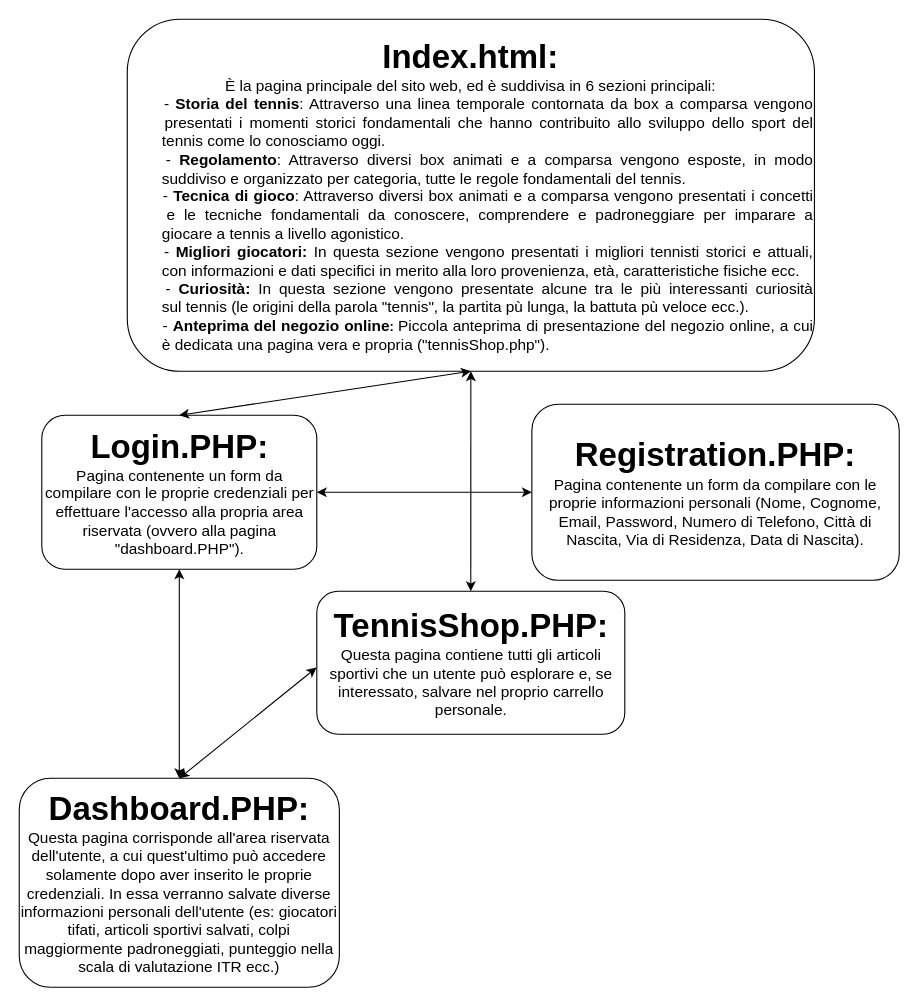
Before: Mappa Sito/Zanini_Nathan_Mappa_Sito.drawio in 5GI-Zanini-Nathan-2023-2024/Tennis.com, a draw.io diagram. Source tidied: cells renumbered, new cells numbered last; positions are measured from the earlier drawing's top-left corner, leaving out a move shared by most shapes. Both pictures are drawn from the tidied source at 110%, with x=0, y=0 at pixel (19, 19).
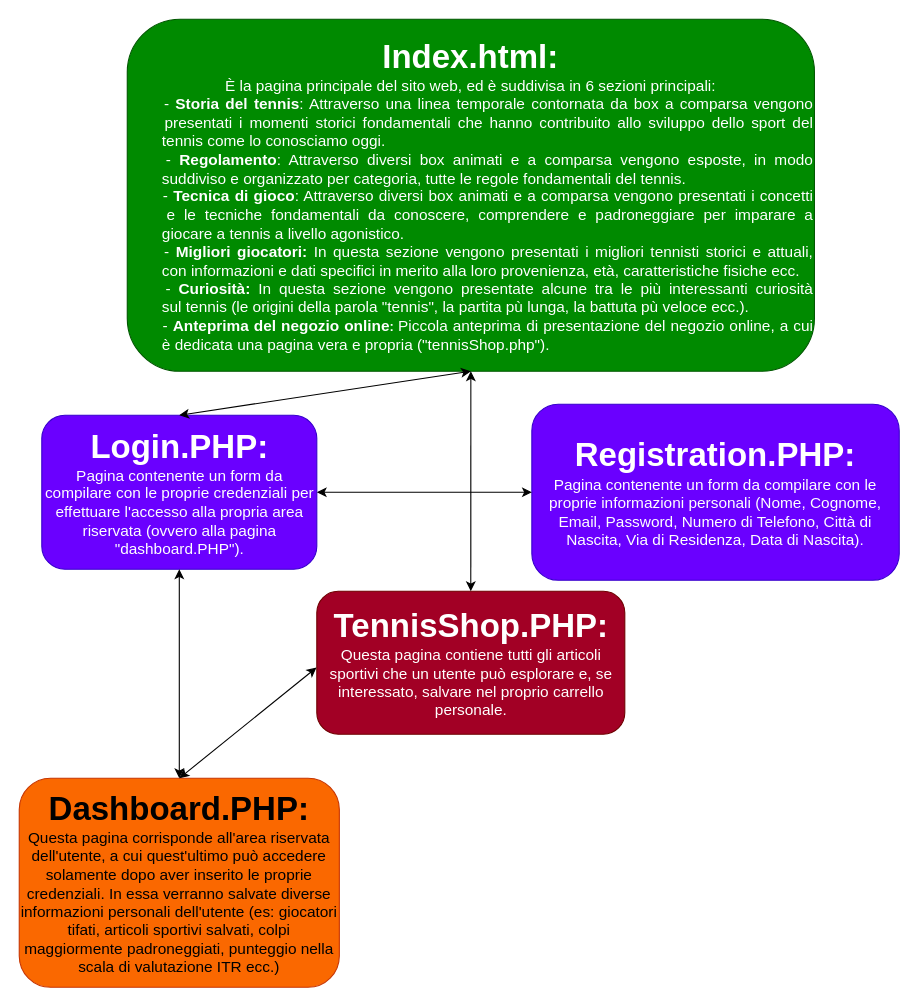
The same diagram, later.

Diff of the diagram source:
```diff
@@
 <mxGraphModel>
   <root>
     <mxCell id="0" />
     <mxCell id="1" parent="0" />
-    <mxCell id="2" value="&lt;b&gt;&lt;font style=&quot;font-size: 30px;&quot;&gt;Index.html:&lt;/font&gt;&lt;/b&gt;&lt;br&gt;&lt;font style=&quot;font-size: 14px;&quot;&gt;&lt;font style=&quot;&quot;&gt;È la pagina principale del sito web, ed è suddivisa in 6 sezioni principali:&lt;/font&gt;&lt;br&gt;&lt;/font&gt;&lt;div style=&quot;text-align: justify;&quot;&gt;&lt;span style=&quot;background-color: initial;&quot;&gt;&lt;font style=&quot;font-size: 14px;&quot;&gt;&lt;span style=&quot;white-space: pre;&quot;&gt;&#9;&lt;/span&gt;- &lt;b&gt;Storia del tennis&lt;/b&gt;: Attraverso una linea temporale contornata da box a comparsa vengono &lt;span style=&quot;white-space: pre;&quot;&gt;&#9;&lt;/span&gt;presentati i momenti storici fondamentali che hanno contribuito allo sviluppo dello sport del &lt;span style=&quot;white-space: pre;&quot;&gt;&#9;&lt;/span&gt;tennis come lo conosciamo oggi.&lt;/font&gt;&lt;/span&gt;&lt;/div&gt;&lt;div style=&quot;text-align: justify;&quot;&gt;&lt;span style=&quot;background-color: initial;&quot;&gt;&lt;font style=&quot;font-size: 14px;&quot;&gt;&lt;span style=&quot;white-space: pre;&quot;&gt;&#9;&lt;/span&gt;- &lt;b&gt;Regolamento&lt;/b&gt;: Attraverso diversi box animati e a comparsa vengono esposte, in modo &lt;span style=&quot;white-space: pre;&quot;&gt;&#9;&lt;/span&gt;suddiviso e organizzato per categoria, tutte le regole fondamentali del tennis.&lt;/font&gt;&lt;/span&gt;&lt;/div&gt;&lt;div style=&quot;text-align: justify;&quot;&gt;&lt;span style=&quot;background-color: initial;&quot;&gt;&lt;font style=&quot;font-size: 14px;&quot;&gt;&lt;span style=&quot;white-space: pre;&quot;&gt;&#9;&lt;/span&gt;- &lt;b&gt;Tecnica di gioco&lt;/b&gt;: Attraverso diversi box animati e a comparsa vengono presentati i concetti &lt;span style=&quot;white-space: pre;&quot;&gt;&#9;&lt;/span&gt;e le tecniche fondamentali da conoscere, comprendere e padroneggiare per imparare a &lt;span style=&quot;white-space: pre;&quot;&gt;&#9;&lt;/span&gt;giocare a tennis a livello agonistico.&lt;/font&gt;&lt;/span&gt;&lt;/div&gt;&lt;div style=&quot;text-align: justify;&quot;&gt;&lt;span style=&quot;background-color: initial;&quot;&gt;&lt;font style=&quot;font-size: 14px;&quot;&gt;&lt;span style=&quot;white-space: pre;&quot;&gt;&#9;&lt;/span&gt;- &lt;b&gt;Migliori giocatori: &lt;/b&gt;In questa sezione vengono presentati i migliori tennisti storici e attuali, &lt;span style=&quot;white-space: pre;&quot;&gt;&#9;&lt;/span&gt;con informazioni e dati specifici in merito alla loro provenienza, età, caratteristiche fisiche ecc.&lt;/font&gt;&lt;/span&gt;&lt;/div&gt;&lt;div style=&quot;text-align: justify;&quot;&gt;&lt;span style=&quot;background-color: initial;&quot;&gt;&lt;font style=&quot;font-size: 14px;&quot;&gt;&lt;span style=&quot;white-space: pre;&quot;&gt;&#9;&lt;/span&gt;- &lt;b&gt;Curiosità: &lt;/b&gt;In questa sezione vengono presentate alcune tra le più interessanti curiosità &lt;span style=&quot;white-space: pre;&quot;&gt;&#9;&lt;/span&gt;sul&amp;nbsp;tennis (le origini della parola &quot;tennis&quot;, la partita pù lunga, la battuta pù veloce ecc.).&lt;/font&gt;&lt;/span&gt;&lt;/div&gt;&lt;div style=&quot;text-align: justify;&quot;&gt;&lt;span style=&quot;background-color: initial;&quot;&gt;&lt;font style=&quot;&quot;&gt;&lt;span style=&quot;font-size: 14px; white-space: pre;&quot;&gt;&#9;&lt;/span&gt;&lt;span style=&quot;font-size: 14px;&quot;&gt;- &lt;/span&gt;&lt;span style=&quot;font-weight: bold; font-size: 14px;&quot;&gt;Anteprima del negozio online&lt;/span&gt;&lt;b style=&quot;font-size: 11.6667px;&quot;&gt;: &lt;/b&gt;&lt;font style=&quot;font-size: 14px;&quot;&gt;Piccola anteprima di presentazione del negozio online, a cui &lt;span style=&quot;white-space: pre;&quot;&gt;&#9;&lt;/span&gt;è dedicata una pagina vera e propria (&quot;tennisShop.php&quot;).&lt;/font&gt;&lt;/font&gt;&lt;/span&gt;&lt;/div&gt;" style="rounded=1;whiteSpace=wrap;html=1;" parent="1" vertex="1">
+    <mxCell id="2" value="&lt;b&gt;&lt;font style=&quot;font-size: 30px;&quot;&gt;Index.html:&lt;/font&gt;&lt;/b&gt;&lt;br&gt;&lt;font style=&quot;font-size: 14px;&quot;&gt;&lt;font style=&quot;&quot;&gt;È la pagina principale del sito web, ed è suddivisa in 6 sezioni principali:&lt;/font&gt;&lt;br&gt;&lt;/font&gt;&lt;div style=&quot;text-align: justify;&quot;&gt;&lt;span style=&quot;background-color: initial;&quot;&gt;&lt;font style=&quot;font-size: 14px;&quot;&gt;&lt;span style=&quot;white-space: pre;&quot;&gt;&#9;&lt;/span&gt;- &lt;b&gt;Storia del tennis&lt;/b&gt;: Attraverso una linea temporale contornata da box a comparsa vengono &lt;span style=&quot;white-space: pre;&quot;&gt;&#9;&lt;/span&gt;presentati i momenti storici fondamentali che hanno contribuito allo sviluppo dello sport del &lt;span style=&quot;white-space: pre;&quot;&gt;&#9;&lt;/span&gt;tennis come lo conosciamo oggi.&lt;/font&gt;&lt;/span&gt;&lt;/div&gt;&lt;div style=&quot;text-align: justify;&quot;&gt;&lt;span style=&quot;background-color: initial;&quot;&gt;&lt;font style=&quot;font-size: 14px;&quot;&gt;&lt;span style=&quot;white-space: pre;&quot;&gt;&#9;&lt;/span&gt;- &lt;b&gt;Regolamento&lt;/b&gt;: Attraverso diversi box animati e a comparsa vengono esposte, in modo &lt;span style=&quot;white-space: pre;&quot;&gt;&#9;&lt;/span&gt;suddiviso e organizzato per categoria, tutte le regole fondamentali del tennis.&lt;/font&gt;&lt;/span&gt;&lt;/div&gt;&lt;div style=&quot;text-align: justify;&quot;&gt;&lt;span style=&quot;background-color: initial;&quot;&gt;&lt;font style=&quot;font-size: 14px;&quot;&gt;&lt;span style=&quot;white-space: pre;&quot;&gt;&#9;&lt;/span&gt;- &lt;b&gt;Tecnica di gioco&lt;/b&gt;: Attraverso diversi box animati e a comparsa vengono presentati i concetti &lt;span style=&quot;white-space: pre;&quot;&gt;&#9;&lt;/span&gt;e le tecniche fondamentali da conoscere, comprendere e padroneggiare per imparare a &lt;span style=&quot;white-space: pre;&quot;&gt;&#9;&lt;/span&gt;giocare a tennis a livello agonistico.&lt;/font&gt;&lt;/span&gt;&lt;/div&gt;&lt;div style=&quot;text-align: justify;&quot;&gt;&lt;span style=&quot;background-color: initial;&quot;&gt;&lt;font style=&quot;font-size: 14px;&quot;&gt;&lt;span style=&quot;white-space: pre;&quot;&gt;&#9;&lt;/span&gt;- &lt;b&gt;Migliori giocatori: &lt;/b&gt;In questa sezione vengono presentati i migliori tennisti storici e attuali, &lt;span style=&quot;white-space: pre;&quot;&gt;&#9;&lt;/span&gt;con informazioni e dati specifici in merito alla loro provenienza, età, caratteristiche fisiche ecc.&lt;/font&gt;&lt;/span&gt;&lt;/div&gt;&lt;div style=&quot;text-align: justify;&quot;&gt;&lt;span style=&quot;background-color: initial;&quot;&gt;&lt;font style=&quot;font-size: 14px;&quot;&gt;&lt;span style=&quot;white-space: pre;&quot;&gt;&#9;&lt;/span&gt;- &lt;b&gt;Curiosità: &lt;/b&gt;In questa sezione vengono presentate alcune tra le più interessanti curiosità &lt;span style=&quot;white-space: pre;&quot;&gt;&#9;&lt;/span&gt;sul&amp;nbsp;tennis (le origini della parola &quot;tennis&quot;, la partita pù lunga, la battuta pù veloce ecc.).&lt;/font&gt;&lt;/span&gt;&lt;/div&gt;&lt;div style=&quot;text-align: justify;&quot;&gt;&lt;span style=&quot;background-color: initial;&quot;&gt;&lt;font style=&quot;&quot;&gt;&lt;span style=&quot;font-size: 14px; white-space: pre;&quot;&gt;&#9;&lt;/span&gt;&lt;span style=&quot;font-size: 14px;&quot;&gt;- &lt;/span&gt;&lt;span style=&quot;font-weight: bold; font-size: 14px;&quot;&gt;Anteprima del negozio online&lt;/span&gt;&lt;b style=&quot;font-size: 11.6667px;&quot;&gt;: &lt;/b&gt;&lt;font style=&quot;font-size: 14px;&quot;&gt;Piccola anteprima di presentazione del negozio online, a cui &lt;span style=&quot;white-space: pre;&quot;&gt;&#9;&lt;/span&gt;è dedicata una pagina vera e propria (&quot;tennisShop.php&quot;).&lt;/font&gt;&lt;/font&gt;&lt;/span&gt;&lt;/div&gt;" style="rounded=1;whiteSpace=wrap;html=1;fillColor=#008a00;fontColor=#ffffff;strokeColor=#005700;" parent="1" vertex="1">
       <mxGeometry x="98.2" width="624.7" height="320" as="geometry" />
     </mxCell>
-    <mxCell id="3" value="&lt;font style=&quot;&quot;&gt;&lt;span style=&quot;font-weight: bold;&quot;&gt;&lt;font style=&quot;font-size: 30px;&quot;&gt;Login.PHP:&lt;/font&gt;&lt;/span&gt;&lt;br&gt;&lt;font style=&quot;font-size: 14px;&quot;&gt;Pagina contenente un form da compilare con le proprie credenziali per effettuare l'accesso alla propria area riservata (ovvero alla pagina &quot;dashboard.PHP&quot;).&lt;/font&gt;&lt;br&gt;&lt;/font&gt;" style="rounded=1;whiteSpace=wrap;html=1;" parent="1" vertex="1">
+    <mxCell id="3" value="&lt;font style=&quot;&quot;&gt;&lt;span style=&quot;font-weight: bold;&quot;&gt;&lt;font style=&quot;font-size: 30px;&quot;&gt;Login.PHP:&lt;/font&gt;&lt;/span&gt;&lt;br&gt;&lt;font style=&quot;font-size: 14px;&quot;&gt;Pagina contenente un form da compilare con le proprie credenziali per effettuare l'accesso alla propria area riservata (ovvero alla pagina &quot;dashboard.PHP&quot;).&lt;/font&gt;&lt;br&gt;&lt;/font&gt;" style="rounded=1;whiteSpace=wrap;html=1;fillColor=#6a00ff;fontColor=#ffffff;strokeColor=#3700CC;" parent="1" vertex="1">
       <mxGeometry x="20.5" y="360" width="250" height="140" as="geometry" />
     </mxCell>
-    <mxCell id="4" value="&lt;font style=&quot;&quot;&gt;&lt;span style=&quot;font-weight: bold; font-size: 30px;&quot;&gt;Registration.PHP:&lt;/span&gt;&lt;br&gt;&lt;font style=&quot;font-size: 14px;&quot;&gt;Pagina contenente un form da compilare con le proprie informazioni personali (Nome, Cognome, Email, Password, Numero di Telefono, Città di Nascita, Via di Residenza, Data di Nascita).&lt;/font&gt;&lt;br&gt;&lt;/font&gt;" style="rounded=1;whiteSpace=wrap;html=1;" parent="1" vertex="1">
+    <mxCell id="4" value="&lt;font style=&quot;&quot;&gt;&lt;span style=&quot;font-weight: bold; font-size: 30px;&quot;&gt;Registration.PHP:&lt;/span&gt;&lt;br&gt;&lt;font style=&quot;font-size: 14px;&quot;&gt;Pagina contenente un form da compilare con le proprie informazioni personali (Nome, Cognome, Email, Password, Numero di Telefono, Città di Nascita, Via di Residenza, Data di Nascita).&lt;/font&gt;&lt;br&gt;&lt;/font&gt;" style="rounded=1;whiteSpace=wrap;html=1;fillColor=#6a00ff;fontColor=#ffffff;strokeColor=#3700CC;" parent="1" vertex="1">
       <mxGeometry x="466" y="350" width="334" height="160" as="geometry" />
     </mxCell>
-    <mxCell id="5" value="&lt;font style=&quot;&quot;&gt;&lt;b style=&quot;font-size: 30px;&quot;&gt;TennisShop.PHP:&lt;/b&gt;&lt;br&gt;&lt;font style=&quot;font-size: 14px;&quot;&gt;Questa pagina contiene tutti gli articoli sportivi che un utente può esplorare e, se interessato, salvare nel proprio carrello personale.&lt;/font&gt;&lt;br&gt;&lt;/font&gt;" style="rounded=1;whiteSpace=wrap;html=1;" parent="1" vertex="1">
+    <mxCell id="5" value="&lt;font style=&quot;&quot;&gt;&lt;b style=&quot;font-size: 30px;&quot;&gt;TennisShop.PHP:&lt;/b&gt;&lt;br&gt;&lt;font style=&quot;font-size: 14px;&quot;&gt;Questa pagina contiene tutti gli articoli sportivi che un utente può esplorare e, se interessato, salvare nel proprio carrello personale.&lt;/font&gt;&lt;br&gt;&lt;/font&gt;" style="rounded=1;whiteSpace=wrap;html=1;fillColor=#a20025;fontColor=#ffffff;strokeColor=#6F0000;" parent="1" vertex="1">
       <mxGeometry x="270.5" y="520" width="280" height="130" as="geometry" />
     </mxCell>
-    <mxCell id="6" value="&lt;font style=&quot;&quot;&gt;&lt;span style=&quot;font-weight: bold; font-size: 30px;&quot;&gt;Dashboard.PHP:&lt;/span&gt;&lt;br&gt;&lt;font style=&quot;font-size: 14px;&quot;&gt;Questa pagina corrisponde all'area riservata dell'utente, a cui quest'ultimo può accedere solamente dopo aver inserito le proprie credenziali. In essa verranno salvate diverse informazioni personali dell'utente (es: giocatori tifati, articoli sportivi salvati, colpi maggiormente padroneggiati, punteggio nella scala di valutazione ITR ecc.)&lt;/font&gt;&lt;br&gt;&lt;/font&gt;" style="rounded=1;whiteSpace=wrap;html=1;" parent="1" vertex="1">
+    <mxCell id="6" value="&lt;font style=&quot;&quot;&gt;&lt;span style=&quot;font-weight: bold; font-size: 30px;&quot;&gt;Dashboard.PHP:&lt;/span&gt;&lt;br&gt;&lt;font style=&quot;font-size: 14px;&quot;&gt;Questa pagina corrisponde all'area riservata dell'utente, a cui quest'ultimo può accedere solamente dopo aver inserito le proprie credenziali. In essa verranno salvate diverse informazioni personali dell'utente (es: giocatori tifati, articoli sportivi salvati, colpi maggiormente padroneggiati, punteggio nella scala di valutazione ITR ecc.)&lt;/font&gt;&lt;br&gt;&lt;/font&gt;" style="rounded=1;whiteSpace=wrap;html=1;fillColor=#fa6800;fontColor=#000000;strokeColor=#C73500;" parent="1" vertex="1">
       <mxGeometry y="690" width="291" height="190" as="geometry" />
     </mxCell>
     <mxCell id="7" style="endArrow=classic;startArrow=classic;html=1;rounded=0;exitX=1;exitY=0.5;exitDx=0;exitDy=0;entryX=0;entryY=0.5;entryDx=0;entryDy=0;" parent="1" edge="1" source="3" target="4">
       <mxGeometry relative="1" as="geometry" />
     </mxCell>
     <mxCell id="8" style="endArrow=classic;startArrow=classic;html=1;rounded=0;entryX=0.5;entryY=1;entryDx=0;entryDy=0;exitX=0.5;exitY=0;exitDx=0;exitDy=0;" parent="1" edge="1" source="5" target="2">
       <mxGeometry relative="1" as="geometry" />
     </mxCell>
     <mxCell id="9" style="endArrow=classic;startArrow=classic;html=1;rounded=0;entryX=0.5;entryY=1;entryDx=0;entryDy=0;exitX=0.5;exitY=0;exitDx=0;exitDy=0;" parent="1" edge="1" source="3" target="2">
       <mxGeometry relative="1" as="geometry" />
     </mxCell>
     <mxCell id="10" style="endArrow=classic;startArrow=classic;html=1;rounded=0;entryX=0.5;entryY=1;entryDx=0;entryDy=0;exitX=0.5;exitY=0;exitDx=0;exitDy=0;" parent="1" edge="1" source="6" target="3">
       <mxGeometry relative="1" as="geometry" />
     </mxCell>
     <mxCell id="11" style="endArrow=classic;startArrow=classic;html=1;rounded=0;entryX=-0.001;entryY=0.534;entryDx=0;entryDy=0;entryPerimeter=0;exitX=0.5;exitY=0;exitDx=0;exitDy=0;" parent="1" edge="1" source="6" target="5">
       <mxGeometry relative="1" as="geometry" />
     </mxCell>
   </root>
 </mxGraphModel>
```
